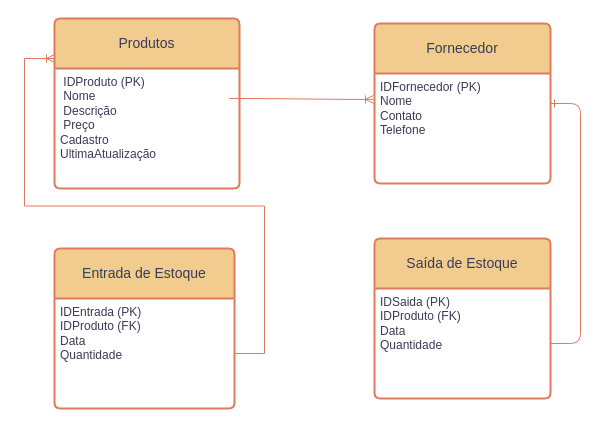
Above: Diagrama sem nome.drawio in alexsabrasil/controle_de_estoque (draw.io), before the change. Source tidied: cells renumbered, new cells numbered last; positions are measured from the earlier drawing's top-left corner, leaving out a move shared by most shapes. Both pictures are drawn from the tidied source at 100%, with x=0, y=0 at pixel (54, 18).
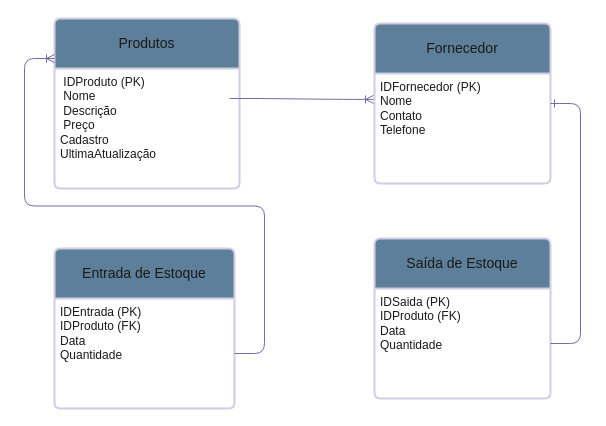
The same diagram, later.

Diff of the diagram source:
```diff
@@
 <mxGraphModel>
   <root>
     <mxCell id="0" />
     <mxCell id="1" parent="0" />
-    <mxCell id="2" value="Fornecedor" style="swimlane;horizontal=1;startSize=50;rounded=1;fontSize=14;fontStyle=0;strokeWidth=2;shadow=0;dashed=0;align=center;arcSize=4;whiteSpace=wrap;html=1;labelBackgroundColor=none;fillColor=#F2CC8F;strokeColor=#E07A5F;fontColor=#393C56;" parent="1" vertex="1">
+    <mxCell id="2" value="Fornecedor" style="swimlane;horizontal=1;startSize=50;rounded=1;fontSize=14;fontStyle=0;strokeWidth=2;shadow=0;dashed=0;align=center;arcSize=4;whiteSpace=wrap;html=1;labelBackgroundColor=none;fillColor=#5D7F99;strokeColor=#D0CEE2;fontColor=#1A1A1A;" parent="1" vertex="1">
       <mxGeometry x="320" y="5" width="176" height="160" as="geometry" />
     </mxCell>
-    <mxCell id="3" value="IDFornecedor (PK)&lt;br&gt;Nome&lt;br&gt;Contato&lt;br&gt;Telefone" style="align=left;strokeColor=none;fillColor=none;spacingLeft=4;fontSize=12;verticalAlign=top;html=1;labelBackgroundColor=none;fontColor=#393C56;rounded=1;" parent="2" vertex="1">
+    <mxCell id="3" value="IDFornecedor (PK)&lt;br&gt;Nome&lt;br&gt;Contato&lt;br&gt;Telefone" style="align=left;strokeColor=none;fillColor=none;spacingLeft=4;fontSize=12;verticalAlign=top;html=1;labelBackgroundColor=none;fontColor=#1A1A1A;rounded=1;" parent="2" vertex="1">
       <mxGeometry y="50" width="176" height="110" as="geometry" />
     </mxCell>
-    <mxCell id="4" value="Produtos" style="swimlane;horizontal=1;startSize=50;rounded=1;fontSize=14;fontStyle=0;strokeWidth=2;shadow=0;dashed=0;align=center;arcSize=4;whiteSpace=wrap;html=1;labelBackgroundColor=none;fillColor=#F2CC8F;strokeColor=#E07A5F;fontColor=#393C56;" parent="1" vertex="1">
+    <mxCell id="4" value="Produtos" style="swimlane;horizontal=1;startSize=50;rounded=1;fontSize=14;fontStyle=0;strokeWidth=2;shadow=0;dashed=0;align=center;arcSize=4;whiteSpace=wrap;html=1;labelBackgroundColor=none;fillColor=#5D7F99;strokeColor=#D0CEE2;fontColor=#1A1A1A;" parent="1" vertex="1">
       <mxGeometry width="185" height="170" as="geometry" />
     </mxCell>
-    <mxCell id="5" value="&amp;nbsp;IDProduto (PK)&lt;br&gt;&amp;nbsp;Nome&lt;br&gt;&amp;nbsp;Descrição&lt;br&gt;&amp;nbsp;Preço&lt;br&gt;Cadastro&lt;br&gt;UltimaAtualização" style="align=left;strokeColor=none;fillColor=none;spacingLeft=4;fontSize=12;verticalAlign=top;html=1;labelBackgroundColor=none;fontColor=#393C56;rounded=1;" parent="4" vertex="1">
+    <mxCell id="5" value="&amp;nbsp;IDProduto (PK)&lt;br&gt;&amp;nbsp;Nome&lt;br&gt;&amp;nbsp;Descrição&lt;br&gt;&amp;nbsp;Preço&lt;br&gt;Cadastro&lt;br&gt;UltimaAtualização" style="align=left;strokeColor=none;fillColor=none;spacingLeft=4;fontSize=12;verticalAlign=top;html=1;labelBackgroundColor=none;fontColor=#1A1A1A;rounded=1;" parent="4" vertex="1">
       <mxGeometry y="50" width="185" height="120" as="geometry" />
     </mxCell>
-    <mxCell id="6" value="Entrada de Estoque" style="swimlane;horizontal=1;startSize=50;rounded=1;fontSize=14;fontStyle=0;strokeWidth=2;shadow=0;dashed=0;align=center;arcSize=4;whiteSpace=wrap;html=1;labelBackgroundColor=none;fillColor=#F2CC8F;strokeColor=#E07A5F;fontColor=#393C56;" parent="1" vertex="1">
+    <mxCell id="6" value="Entrada de Estoque" style="swimlane;horizontal=1;startSize=50;rounded=1;fontSize=14;fontStyle=0;strokeWidth=2;shadow=0;dashed=0;align=center;arcSize=4;whiteSpace=wrap;html=1;labelBackgroundColor=none;fillColor=#5D7F99;strokeColor=#D0CEE2;fontColor=#1A1A1A;" parent="1" vertex="1">
       <mxGeometry y="230" width="180" height="160" as="geometry" />
     </mxCell>
-    <mxCell id="7" value="IDEntrada (PK)&lt;br&gt;IDProduto (FK)&lt;br&gt;Data&lt;br&gt;Quantidade" style="align=left;strokeColor=none;fillColor=none;spacingLeft=4;fontSize=12;verticalAlign=top;html=1;labelBackgroundColor=none;fontColor=#393C56;rounded=1;" parent="6" vertex="1">
+    <mxCell id="7" value="IDEntrada (PK)&lt;br&gt;IDProduto (FK)&lt;br&gt;Data&lt;br&gt;Quantidade" style="align=left;strokeColor=none;fillColor=none;spacingLeft=4;fontSize=12;verticalAlign=top;html=1;labelBackgroundColor=none;fontColor=#1A1A1A;rounded=1;" parent="6" vertex="1">
       <mxGeometry y="50" width="180" height="110" as="geometry" />
     </mxCell>
-    <mxCell id="8" value="Saída de Estoque" style="swimlane;horizontal=1;startSize=50;rounded=1;fontSize=14;fontStyle=0;strokeWidth=2;shadow=0;dashed=0;align=center;arcSize=4;whiteSpace=wrap;html=1;labelBackgroundColor=none;fillColor=#F2CC8F;strokeColor=#E07A5F;fontColor=#393C56;" parent="1" vertex="1">
+    <mxCell id="8" value="Saída de Estoque" style="swimlane;horizontal=1;startSize=50;rounded=1;fontSize=14;fontStyle=0;strokeWidth=2;shadow=0;dashed=0;align=center;arcSize=4;whiteSpace=wrap;html=1;labelBackgroundColor=none;fillColor=#5D7F99;strokeColor=#D0CEE2;fontColor=#1A1A1A;" parent="1" vertex="1">
       <mxGeometry x="320" y="220" width="176" height="160" as="geometry" />
     </mxCell>
-    <mxCell id="9" value="IDSaida (PK)&lt;br&gt;IDProduto (FK)&lt;br&gt;Data&lt;br&gt;Quantidade" style="align=left;strokeColor=none;fillColor=none;spacingLeft=4;fontSize=12;verticalAlign=top;html=1;labelBackgroundColor=none;fontColor=#393C56;rounded=1;" parent="8" vertex="1">
+    <mxCell id="9" value="IDSaida (PK)&lt;br&gt;IDProduto (FK)&lt;br&gt;Data&lt;br&gt;Quantidade" style="align=left;strokeColor=none;fillColor=none;spacingLeft=4;fontSize=12;verticalAlign=top;html=1;labelBackgroundColor=none;fontColor=#1A1A1A;rounded=1;" parent="8" vertex="1">
       <mxGeometry y="50" width="176" height="110" as="geometry" />
     </mxCell>
-    <mxCell id="10" style="edgeStyle=entityRelationEdgeStyle;fontSize=12;html=1;endArrow=ERoneToMany;rounded=1;entryX=-0.006;entryY=0.1;entryDx=0;entryDy=0;entryPerimeter=0;labelBackgroundColor=none;strokeColor=#E07A5F;fontColor=default;exitX=1;exitY=0.118;exitDx=0;exitDy=0;exitPerimeter=0;" parent="1" edge="1">
+    <mxCell id="10" style="edgeStyle=entityRelationEdgeStyle;fontSize=12;html=1;endArrow=ERoneToMany;rounded=1;entryX=-0.006;entryY=0.1;entryDx=0;entryDy=0;entryPerimeter=0;labelBackgroundColor=none;strokeColor=#736CA8;fontColor=default;exitX=1;exitY=0.118;exitDx=0;exitDy=0;exitPerimeter=0;" parent="1" edge="1">
       <mxGeometry relative="1" as="geometry">
         <mxPoint x="175" y="80" as="sourcePoint" />
         <mxPoint x="319" y="80.9" as="targetPoint" />
         <Array as="points">
           <mxPoint x="150" y="179.9" />
           <mxPoint x="140" y="199.9" />
         </Array>
       </mxGeometry>
     </mxCell>
-    <mxCell id="11" style="edgeStyle=entityRelationEdgeStyle;fontSize=12;html=1;endArrow=ERone;endFill=1;rounded=1;labelBackgroundColor=none;strokeColor=#E07A5F;fontColor=default;exitX=1;exitY=0.5;exitDx=0;exitDy=0;" parent="1" edge="1" source="9" target="2">
+    <mxCell id="11" style="edgeStyle=entityRelationEdgeStyle;fontSize=12;html=1;endArrow=ERone;endFill=1;rounded=1;labelBackgroundColor=none;strokeColor=#736CA8;fontColor=default;exitX=1;exitY=0.5;exitDx=0;exitDy=0;" parent="1" edge="1" source="9" target="2">
       <mxGeometry relative="1" as="geometry">
         <Array as="points">
           <mxPoint x="510" y="330" />
           <mxPoint x="576" y="266" />
           <mxPoint x="627" y="28" />
           <mxPoint x="496" y="120" />
           <mxPoint x="637" y="68" />
         </Array>
       </mxGeometry>
     </mxCell>
-    <mxCell id="12" style="edgeStyle=entityRelationEdgeStyle;fontSize=12;html=1;endArrow=ERoneToMany;rounded=0;strokeColor=#E07A5F;fontColor=#393C56;fillColor=#F2CC8F;" parent="1" edge="1" source="7">
+    <mxCell id="12" style="edgeStyle=entityRelationEdgeStyle;fontSize=12;html=1;endArrow=ERoneToMany;rounded=1;strokeColor=#736CA8;fontColor=default;labelBackgroundColor=none;" parent="1" edge="1" source="7">
       <mxGeometry relative="1" as="geometry">
         <mxPoint y="40" as="targetPoint" />
       </mxGeometry>
     </mxCell>
   </root>
 </mxGraphModel>
```
